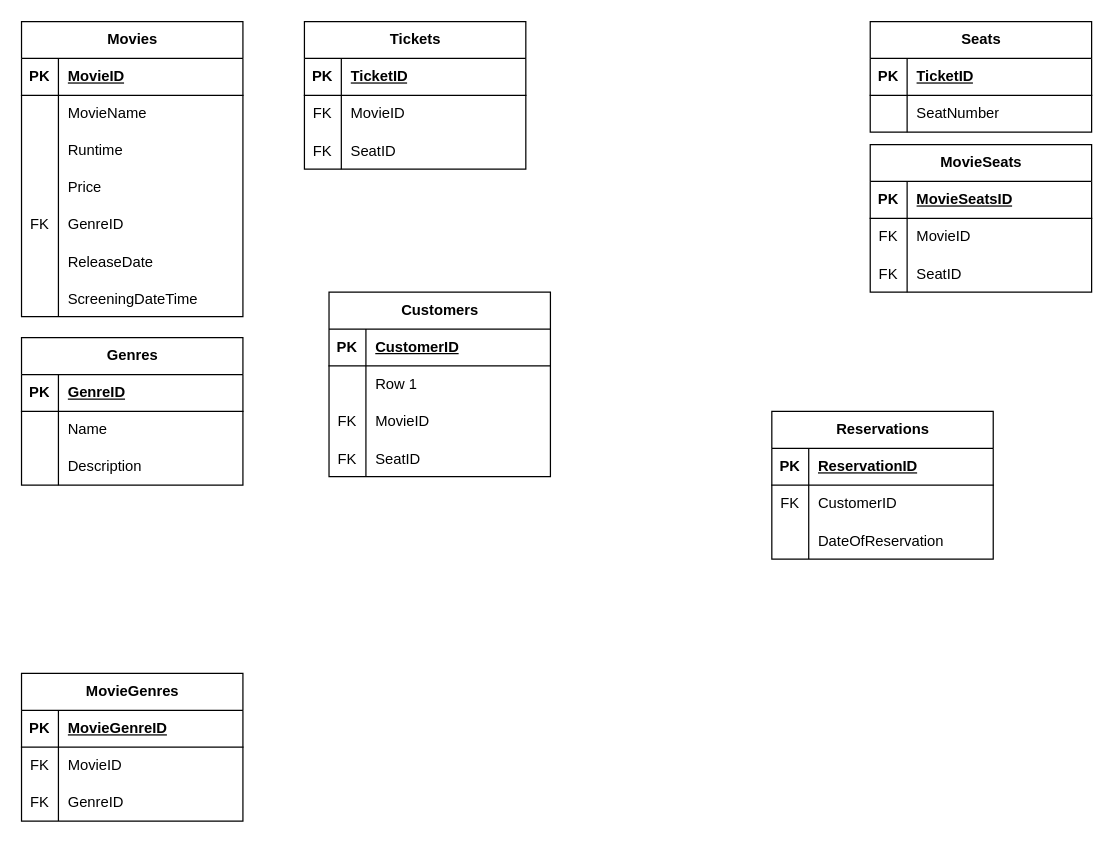
Above: erd/CineWave.drawio in pitzzahh/CineWave (draw.io), before the change. Source tidied: cells renumbered, new cells numbered last; positions are measured from the earlier drawing's top-left corner, leaving out a move shared by most shapes. Both pictures are drawn from the tidied source at 123%, with x=0, y=0 at pixel (21, 21).
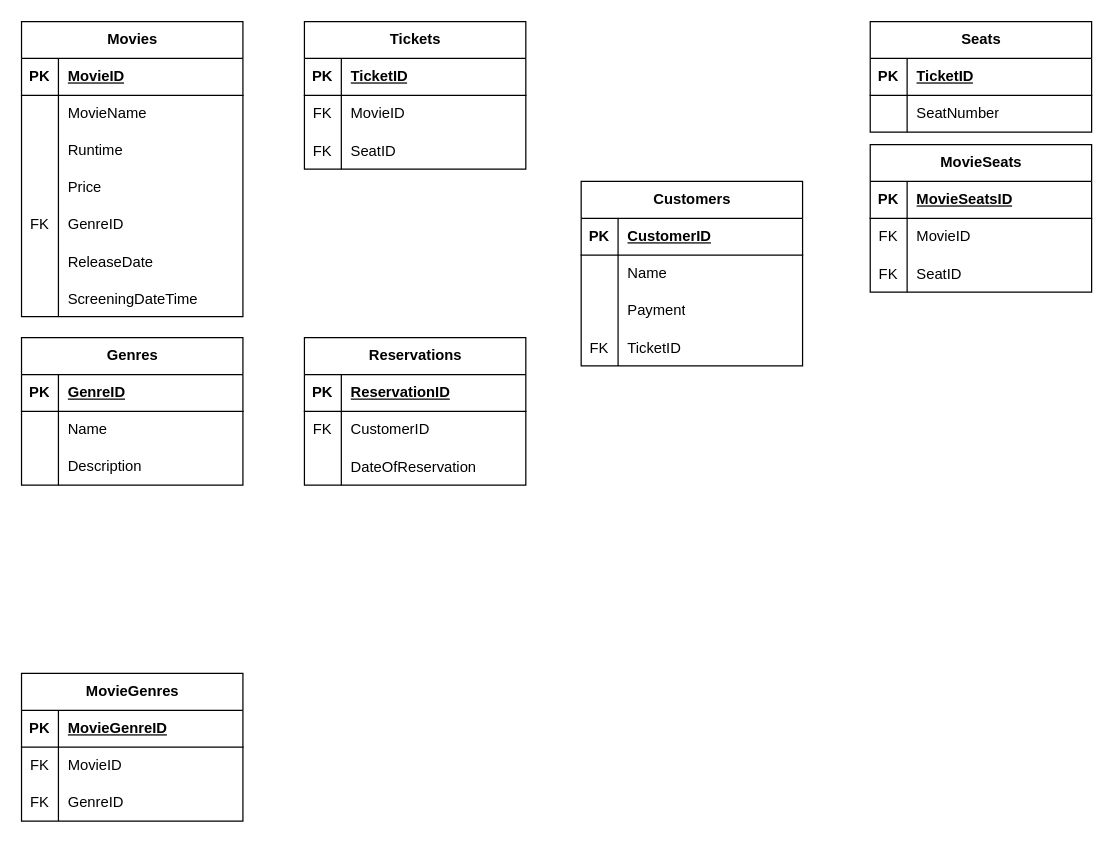
The same page after the edit.

The change refers to these unchanged cells:
```xml
<mxCell id="85" style="shape=tableRow;horizontal=0;startSize=0;swimlaneHead=0;swimlaneBody=0;fillColor=none;top=0;left=0;right=0;bottom=0;" parent="81" vertex="1">
  <mxGeometry y="60" width="180" height="30" as="geometry" />
</mxCell>
<mxCell id="88" style="shape=tableRow;horizontal=0;startSize=0;swimlaneHead=0;swimlaneBody=0;fillColor=none;top=0;left=0;right=0;bottom=0;" parent="81" vertex="1">
  <mxGeometry y="90" width="180" height="30" as="geometry" />
</mxCell>
<mxCell id="91" style="shape=tableRow;horizontal=0;startSize=0;swimlaneHead=0;swimlaneBody=0;fillColor=none;top=0;left=0;right=0;bottom=0;" parent="81" vertex="1">
  <mxGeometry y="120" width="180" height="30" as="geometry" />
</mxCell>
```

What changed in the source:
```diff
@@
     <mxCell id="71" value="Reservations" style="shape=table;startSize=30;childLayout=tableLayout;rowLines=0;fontStyle=1;align=center;html=1;" parent="1" vertex="1">
-      <mxGeometry x="610" y="317" width="180" height="120" as="geometry" />
+      <mxGeometry x="230" y="257" width="180" height="120" as="geometry" />
     </mxCell>
@@
     <mxCell id="81" value="Customers" style="shape=table;startSize=30;childLayout=tableLayout;rowLines=0;fontStyle=1;align=center;html=1;" parent="1" vertex="1">
-      <mxGeometry x="250" y="220" width="180" height="150" as="geometry" />
+      <mxGeometry x="455" y="130" width="180" height="150" as="geometry" />
     </mxCell>
@@
-    <mxCell id="87" value="Row 1" style="shape=partialRectangle;fillColor=none;top=0;left=0;bottom=0;right=0;align=left;spacingLeft=6;overflow=hidden;whiteSpace=wrap;html=1;" parent="85" vertex="1">
+    <mxCell id="87" value="Name" style="shape=partialRectangle;fillColor=none;top=0;left=0;bottom=0;right=0;align=left;spacingLeft=6;overflow=hidden;whiteSpace=wrap;html=1;" parent="85" vertex="1">
       <mxGeometry x="30" width="150" height="30" as="geometry" />
     </mxCell>
@@
-    <mxCell id="89" value="FK" style="shape=partialRectangle;fillColor=none;top=0;left=0;bottom=0;right=0;fontStyle=0;overflow=hidden;whiteSpace=wrap;html=1;" parent="88" vertex="1">
+    <mxCell id="89" style="shape=partialRectangle;fillColor=none;top=0;left=0;bottom=0;right=0;fontStyle=0;overflow=hidden;whiteSpace=wrap;html=1;" parent="88" vertex="1">
       <mxGeometry width="30" height="30" as="geometry" />
     </mxCell>
-    <mxCell id="90" value="MovieID" style="shape=partialRectangle;fillColor=none;top=0;left=0;bottom=0;right=0;align=left;spacingLeft=6;fontStyle=0;overflow=hidden;whiteSpace=wrap;html=1;" parent="88" vertex="1">
+    <mxCell id="90" value="Payment" style="shape=partialRectangle;fillColor=none;top=0;left=0;bottom=0;right=0;align=left;spacingLeft=6;fontStyle=0;overflow=hidden;whiteSpace=wrap;html=1;" parent="88" vertex="1">
       <mxGeometry x="30" width="150" height="30" as="geometry" />
     </mxCell>
@@
-    <mxCell id="93" value="SeatID" style="shape=partialRectangle;fillColor=none;top=0;left=0;bottom=0;right=0;align=left;spacingLeft=6;overflow=hidden;" parent="91" vertex="1">
+    <mxCell id="93" value="TicketID" style="shape=partialRectangle;fillColor=none;top=0;left=0;bottom=0;right=0;align=left;spacingLeft=6;overflow=hidden;" parent="91" vertex="1">
       <mxGeometry x="30" width="150" height="30" as="geometry" />
     </mxCell>
```
